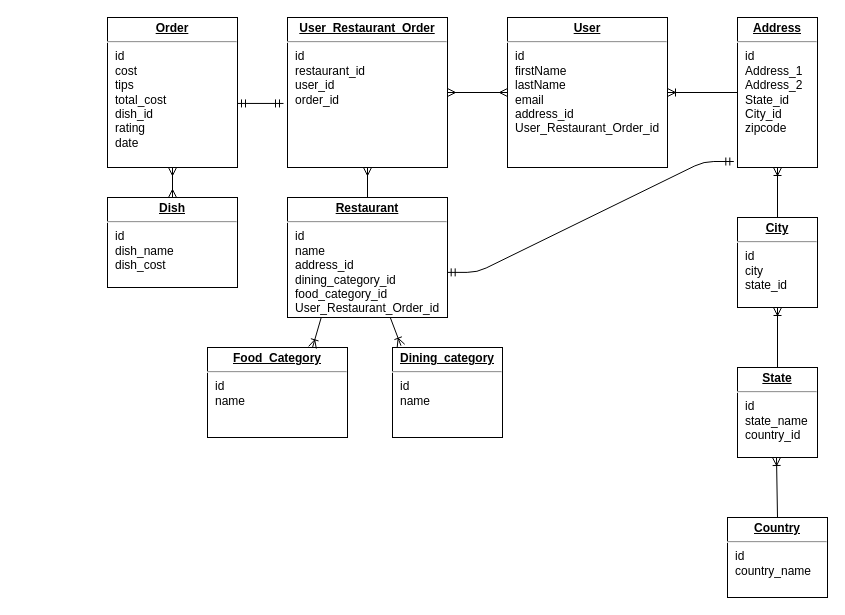
This is diagrams/food.drawio from kennyle37/natures-finder, a draw.io file, before an edit. Source tidied: cells renumbered, new cells numbered last; positions are measured from the earlier drawing's top-left corner, leaving out a move shared by most shapes. Both pictures are drawn from the tidied source at 100%, with x=0, y=0 at pixel (107, 17).
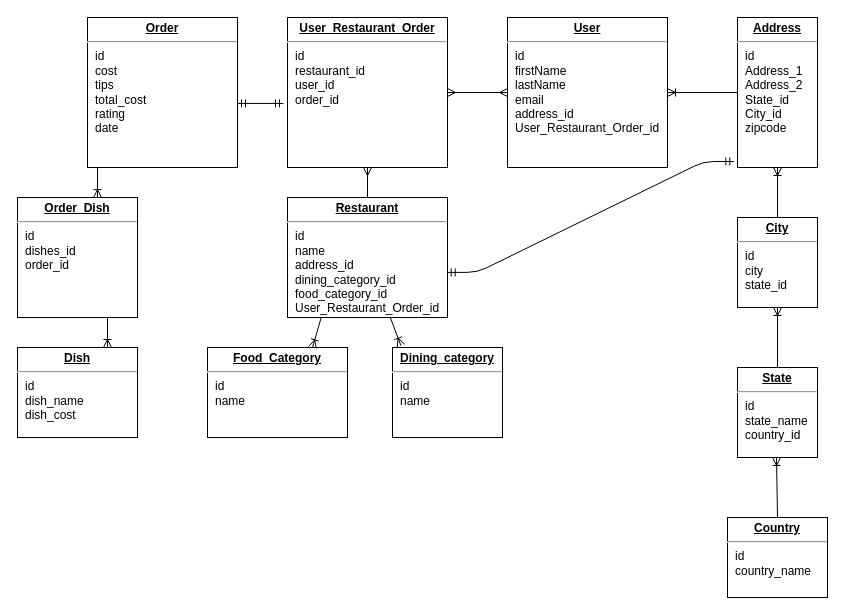
The same page after the edit.

The edit, as a diff of the source:
```diff
@@
-    <mxCell id="3" value="&lt;p style=&quot;margin: 0px ; margin-top: 4px ; text-align: center ; text-decoration: underline&quot;&gt;&lt;b&gt;Order&lt;/b&gt;&lt;/p&gt;&lt;hr&gt;&lt;p style=&quot;margin: 0px ; margin-left: 8px&quot;&gt;id&lt;/p&gt;&lt;p style=&quot;margin: 0px ; margin-left: 8px&quot;&gt;cost&lt;/p&gt;&lt;p style=&quot;margin: 0px ; margin-left: 8px&quot;&gt;tips&lt;/p&gt;&lt;p style=&quot;margin: 0px ; margin-left: 8px&quot;&gt;total_cost&lt;/p&gt;&lt;p style=&quot;margin: 0px ; margin-left: 8px&quot;&gt;dish_id&lt;/p&gt;&lt;p style=&quot;margin: 0px ; margin-left: 8px&quot;&gt;rating&lt;/p&gt;&lt;p style=&quot;margin: 0px ; margin-left: 8px&quot;&gt;date&lt;/p&gt;&lt;p style=&quot;margin: 0px ; margin-left: 8px&quot;&gt;&lt;br&gt;&lt;/p&gt;" style="verticalAlign=top;align=left;overflow=fill;fontSize=12;fontFamily=Helvetica;html=1;" parent="1" vertex="1">
-      <mxGeometry width="130" height="150" as="geometry" />
+    <mxCell id="3" value="&lt;p style=&quot;margin: 0px ; margin-top: 4px ; text-align: center ; text-decoration: underline&quot;&gt;&lt;b&gt;Order&lt;/b&gt;&lt;/p&gt;&lt;hr&gt;&lt;p style=&quot;margin: 0px ; margin-left: 8px&quot;&gt;id&lt;/p&gt;&lt;p style=&quot;margin: 0px ; margin-left: 8px&quot;&gt;cost&lt;/p&gt;&lt;p style=&quot;margin: 0px ; margin-left: 8px&quot;&gt;tips&lt;/p&gt;&lt;p style=&quot;margin: 0px ; margin-left: 8px&quot;&gt;total_cost&lt;/p&gt;&lt;p style=&quot;margin: 0px ; margin-left: 8px&quot;&gt;&lt;span&gt;rating&lt;/span&gt;&lt;br&gt;&lt;/p&gt;&lt;p style=&quot;margin: 0px ; margin-left: 8px&quot;&gt;date&lt;/p&gt;&lt;p style=&quot;margin: 0px ; margin-left: 8px&quot;&gt;&lt;br&gt;&lt;/p&gt;" style="verticalAlign=top;align=left;overflow=fill;fontSize=12;fontFamily=Helvetica;html=1;" parent="1" vertex="1">
+      <mxGeometry x="-20" width="150" height="150" as="geometry" />
     </mxCell>
@@
     <mxCell id="11" value="&lt;p style=&quot;margin: 0px ; margin-top: 4px ; text-align: center ; text-decoration: underline&quot;&gt;&lt;b&gt;Dish&lt;/b&gt;&lt;/p&gt;&lt;hr&gt;&lt;p style=&quot;margin: 0px ; margin-left: 8px&quot;&gt;id&lt;/p&gt;&lt;p style=&quot;margin: 0px ; margin-left: 8px&quot;&gt;dish_name&lt;/p&gt;&lt;p style=&quot;margin: 0px ; margin-left: 8px&quot;&gt;dish_cost&lt;/p&gt;&lt;p style=&quot;margin: 0px ; margin-left: 8px&quot;&gt;&lt;br&gt;&lt;/p&gt;" style="verticalAlign=top;align=left;overflow=fill;fontSize=12;fontFamily=Helvetica;html=1;" parent="1" vertex="1">
-      <mxGeometry y="180" width="130" height="90" as="geometry" />
+      <mxGeometry x="-90" y="330" width="120" height="90" as="geometry" />
     </mxCell>
@@
-    <mxCell id="23" style="fontSize=12;html=1;endArrow=ERmany;startArrow=ERmany;entryX=0.5;entryY=1;entryDx=0;entryDy=0;" parent="1" edge="1" source="11" target="3">
-      <mxGeometry relative="1" as="geometry" />
-    </mxCell>
@@
+    <mxCell id="28" value="&lt;p style=&quot;margin: 0px ; margin-top: 4px ; text-align: center ; text-decoration: underline&quot;&gt;&lt;b&gt;Order_Dish&lt;/b&gt;&lt;/p&gt;&lt;hr&gt;&lt;p style=&quot;margin: 0px ; margin-left: 8px&quot;&gt;id&lt;/p&gt;&lt;p style=&quot;margin: 0px ; margin-left: 8px&quot;&gt;dishes_id&lt;/p&gt;&lt;p style=&quot;margin: 0px ; margin-left: 8px&quot;&gt;order_id&lt;/p&gt;" style="verticalAlign=top;align=left;overflow=fill;fontSize=12;fontFamily=Helvetica;html=1;" parent="1" vertex="1">
+      <mxGeometry x="-90" y="180" width="120" height="120" as="geometry" />
+    </mxCell>
+    <mxCell id="29" style="fontSize=12;html=1;endArrow=ERoneToMany;exitX=0.75;exitY=1;exitDx=0;exitDy=0;entryX=0.75;entryY=0;entryDx=0;entryDy=0;" parent="1" edge="1" source="28" target="11">
+      <mxGeometry relative="1" as="geometry" />
+    </mxCell>
+    <mxCell id="30" style="fontSize=12;html=1;endArrow=ERoneToMany;exitX=0.75;exitY=1;exitDx=0;exitDy=0;entryX=0.75;entryY=0;entryDx=0;entryDy=0;" parent="1" edge="1">
+      <mxGeometry relative="1" as="geometry">
+        <mxPoint x="-10" y="149.8" as="sourcePoint" />
+        <mxPoint x="-10" y="180.1" as="targetPoint" />
+      </mxGeometry>
+    </mxCell>
```
